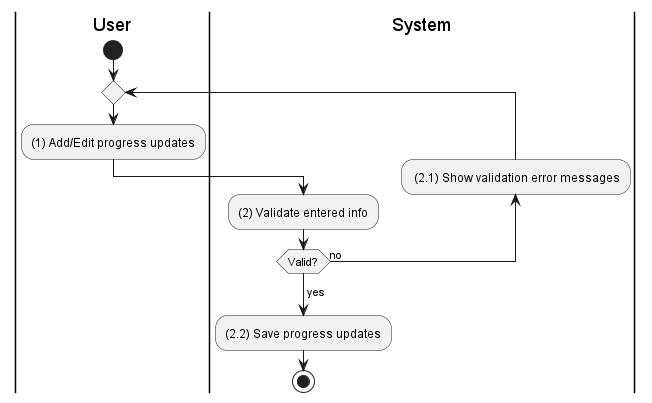
The PlantUML diagram activities/production-order-update-progress.png in phihungha/scmss-reqs, before a commit.
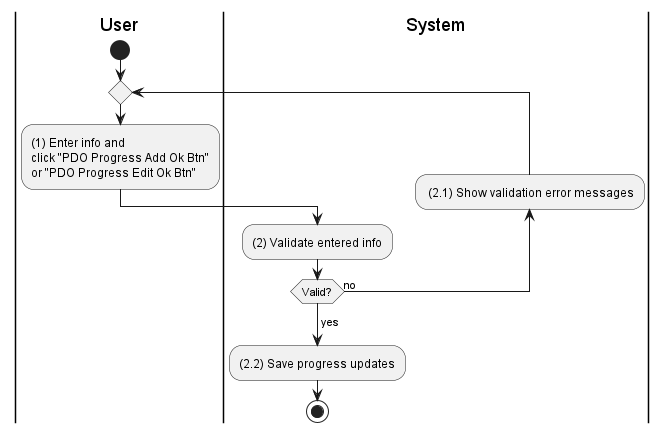
After the commit.

Diff of the diagram source:
```diff
@@ -5,7 +5,7 @@
 |u|
 start
 repeat
-    :(1) Add/Edit progress updates;
+    :(1) Enter info and\nclick "PDO Progress Add Ok Btn"\nor "PDO Progress Edit Ok Btn";
     |s|
     :(2) Validate entered info;
     backward: (2.1) Show validation error messages;
```
